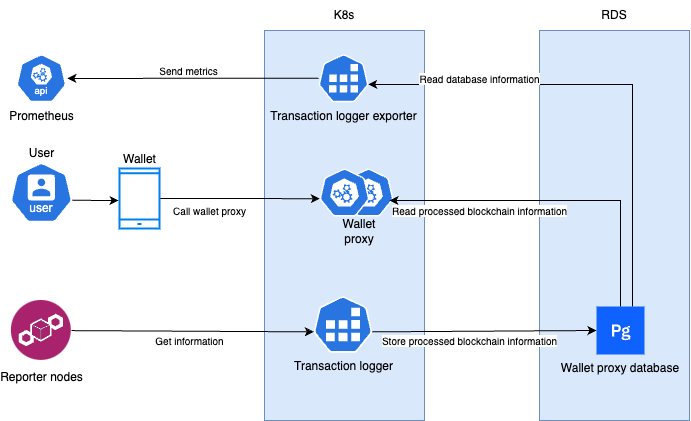
This is docs/diagrams/wallet-proxy.drawio.png from Concordium/concordium-wallet-proxy, a draw.io export, as it was before one commit. Source tidied: cells renumbered, new cells last; positions are measured from the earlier drawing's top-left corner, leaving out a move shared by most shapes.
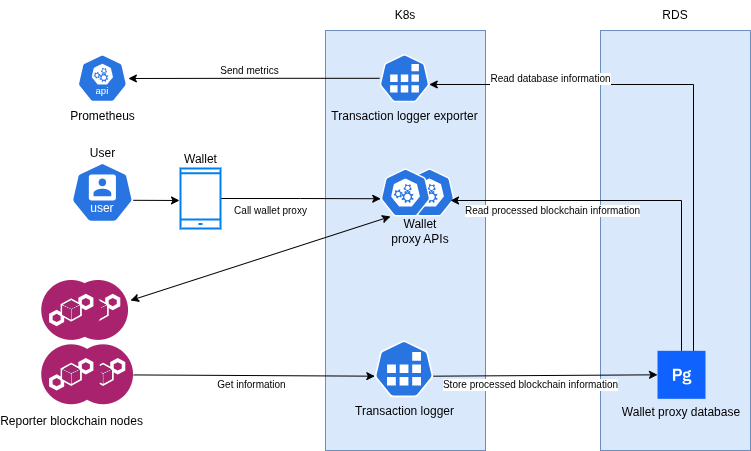
After the change.

Commit message:
Update architectural diagram

The edit, as a diff of the source:
```diff
@@ -3,16 +3,16 @@
     <mxCell id="0" />
     <mxCell id="1" parent="0" />
     <mxCell id="2" style="rounded=0;whiteSpace=wrap;html=1;fillColor=#dae8fc;strokeColor=#6c8ebf;" parent="1" vertex="1">
-      <mxGeometry x="529" y="30" width="150" height="390" as="geometry" />
+      <mxGeometry x="529" y="30" width="150" height="420" as="geometry" />
     </mxCell>
     <mxCell id="3" style="rounded=0;whiteSpace=wrap;html=1;fillColor=#dae8fc;strokeColor=#6c8ebf;" parent="1" vertex="1">
-      <mxGeometry x="254" y="30" width="160" height="390" as="geometry" />
+      <mxGeometry x="254" y="30" width="160" height="420" as="geometry" />
     </mxCell>
     <mxCell id="4" style="sketch=0;html=1;dashed=0;whitespace=wrap;verticalLabelPosition=bottom;verticalAlign=top;fillColor=#2875E2;strokeColor=#ffffff;shape=mxgraph.kubernetes.icon2;prIcon=api;" parent="1" vertex="1">
       <mxGeometry x="333" y="168" width="50" height="48" as="geometry" />
     </mxCell>
-    <mxCell id="5" value="Reporter nodes" style="image;perimeter=ellipsePerimeter;html=1;align=center;shadow=0;dashed=0;fontColor=light-dark(#000000, #6592cd);labelBackgroundColor=default;fontSize=12;spacingTop=3;image=img/lib/ibm/blockchain/blockchain.svg;" parent="1" vertex="1">
-      <mxGeometry x="0.9" y="300" width="60" height="60" as="geometry" />
+    <mxCell id="5" style="image;perimeter=ellipsePerimeter;html=1;align=center;shadow=0;dashed=0;fontColor=light-dark(#000000, #6592cd);labelBackgroundColor=default;fontSize=12;spacingTop=3;image=img/lib/ibm/blockchain/blockchain.svg;" parent="1" vertex="1">
+      <mxGeometry x="2.1" y="344.3" width="60" height="60" as="geometry" />
     </mxCell>
     <mxCell id="6" style="sketch=0;html=1;dashed=0;whitespace=wrap;verticalLabelPosition=top;verticalAlign=bottom;fillColor=#2875E2;strokeColor=#ffffff;points=[[0.005,0.63,0],[0.1,0.2,0],[0.9,0.2,0],[0.5,0,0],[0.995,0.63,0],[0.72,0.99,0],[0.5,1,0],[0.28,0.99,0]];shape=mxgraph.kubernetes.icon2;prIcon=api;labelPosition=center;align=center;" parent="1" vertex="1">
       <mxGeometry x="309" y="168" width="50" height="48" as="geometry" />
@@ -21,13 +21,13 @@
       <mxGeometry x="-0.13" y="-9" relative="1" as="geometry" />
     </mxCell>
     <mxCell id="8" value="Transaction logger" style="sketch=0;html=1;dashed=0;whitespace=wrap;verticalLabelPosition=bottom;verticalAlign=top;fillColor=#2875E2;strokeColor=#ffffff;points=[[0.005,0.63,0],[0.1,0.2,0],[0.9,0.2,0],[0.5,0,0],[0.995,0.63,0],[0.72,0.99,0],[0.5,1,0],[0.28,0.99,0]];shape=mxgraph.kubernetes.icon2;prIcon=job;" parent="1" vertex="1">
-      <mxGeometry x="303" y="295.7" width="59" height="56.6" as="geometry" />
+      <mxGeometry x="303" y="340" width="59" height="56.6" as="geometry" />
     </mxCell>
     <mxCell id="9" value="Get information" style="rounded=0;jettySize=auto;html=1;entryX=0.005;entryY=0.63;entryDx=0;entryDy=0;entryPerimeter=0;fontSize=10;" parent="1" edge="1" source="5" target="8">
       <mxGeometry x="-0.03" y="-9" relative="1" as="geometry" />
     </mxCell>
     <mxCell id="10" value="Wallet proxy database" style="shape=rect;fillColor=#0F62FE;labelPosition=center;verticalLabelPosition=bottom;align=center;verticalAlign=top;strokeColor=none;fontSize=12;" parent="1" vertex="1">
-      <mxGeometry x="586" y="306" width="48" height="48" as="geometry" />
+      <mxGeometry x="586" y="350.3" width="48" height="48" as="geometry" />
     </mxCell>
     <mxCell id="11" style="fillColor=#ffffff;strokeColor=none;dashed=0;html=1;labelPosition=center;verticalLabelPosition=bottom;verticalAlign=top;shape=mxgraph.ibm_cloud.database--postgresql;" parent="10" vertex="1">
       <mxGeometry width="24" height="24" relative="1" as="geometry">
@@ -61,7 +61,7 @@
         </Array>
       </mxGeometry>
     </mxCell>
-    <mxCell id="19" value="Wallet proxy" style="text;html=1;align=center;verticalAlign=middle;whiteSpace=wrap;rounded=0;" parent="1" vertex="1">
+    <mxCell id="19" value="Wallet proxy APIs" style="text;html=1;align=center;verticalAlign=middle;whiteSpace=wrap;rounded=0;" parent="1" vertex="1">
       <mxGeometry x="319" y="216" width="60" height="30" as="geometry" />
     </mxCell>
     <mxCell id="20" value="Wallet" style="html=1;verticalLabelPosition=top;align=center;labelBackgroundColor=#ffffff;verticalAlign=bottom;strokeWidth=2;strokeColor=#0080F0;shadow=0;dashed=0;shape=mxgraph.ios7.icons.smartphone;labelPosition=center;" parent="1" vertex="1">
@@ -80,5 +80,19 @@
         </Array>
       </mxGeometry>
     </mxCell>
+    <mxCell id="24" value="Reporter blockchain nodes" style="image;perimeter=ellipsePerimeter;html=1;align=center;shadow=0;dashed=0;fontColor=light-dark(#000000, #6592cd);labelBackgroundColor=default;fontSize=12;spacingTop=3;image=img/lib/ibm/blockchain/blockchain.svg;" parent="1" vertex="1">
+      <mxGeometry x="-29.8" y="344.3" width="60" height="60" as="geometry" />
+    </mxCell>
+    <mxCell id="25" style="image;perimeter=ellipsePerimeter;html=1;align=center;shadow=0;dashed=0;fontColor=light-dark(#000000, #6592cd);labelBackgroundColor=default;fontSize=12;spacingTop=3;image=img/lib/ibm/blockchain/blockchain.svg;" parent="1" vertex="1">
+      <mxGeometry x="-2.9" y="280" width="60" height="60" as="geometry" />
+    </mxCell>
+    <mxCell id="26" style="endArrow=classic;startArrow=classic;html=1;rounded=0;entryX=0;entryY=0;entryDx=0;entryDy=0;" parent="1" edge="1" target="19">
+      <mxGeometry relative="1" as="geometry">
+        <mxPoint x="59" y="300" as="sourcePoint" />
+      </mxGeometry>
+    </mxCell>
+    <mxCell id="27" style="image;perimeter=ellipsePerimeter;html=1;align=center;shadow=0;dashed=0;fontColor=light-dark(#000000, #6592cd);labelBackgroundColor=default;fontSize=12;spacingTop=3;image=img/lib/ibm/blockchain/blockchain.svg;" parent="1" vertex="1">
+      <mxGeometry x="-29.8" y="280" width="60" height="60" as="geometry" />
+    </mxCell>
   </root>
 </mxGraphModel>
```
